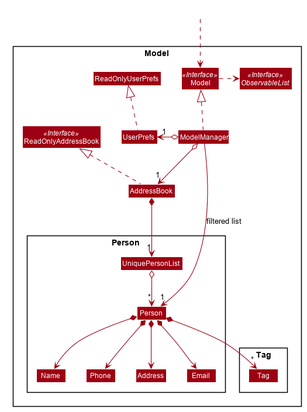
Earlier version of the PlantUML export docs/images/ModelClassDiagram.png (nus-cs2103-AY1920S1/addressbook-level3).
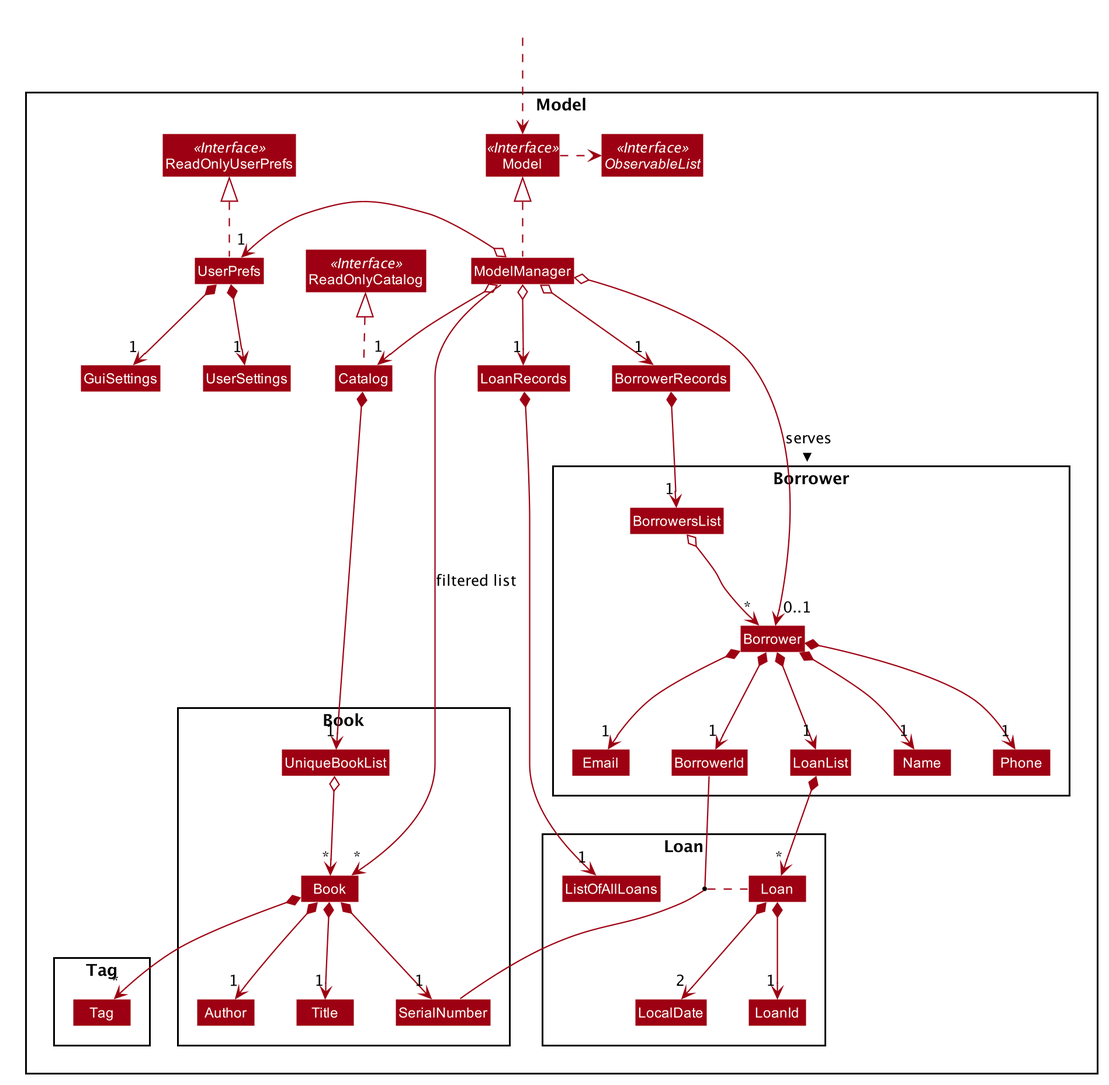
The same diagram one commit later.

Commit message:
Complete model uml

Change to the diagram source:
```diff
@@ -52,23 +52,47 @@
 skinparam classBackgroundColor #9D0012
 
 Package Model <<Rectangle>>{
-Interface ReadOnlyAddressBook <<Interface>>
+Interface ReadOnlyCatalog <<Interface>>
 Interface Model <<Interface>>
 Interface ObservableList <<Interface>>
-Class AddressBook
-Class ReadOnlyAddressBook
+Interface ReadOnlyUserPrefs <<Interface>>
+Class Catalog
+Class BorrowerRecords
+Class LoanRecords
+Class ReadOnlyCatalog
 Class Model
 Class ModelManager
 Class UserPrefs
 Class ReadOnlyUserPrefs
+Class GuiSettings
+Class UserSettings
 
-Package Person {
-Class Person
-Class Address
-Class Email
+Package Book {
+Class Book
+Class Title
+Class Author
+Class SerialNumber
+Class Loan
+Class UniqueBookList
+}
+
+Package Borrower {
+Class BorrowersList
+Class Borrower
 Class Name
 Class Phone
-Class UniquePersonList
+Class Email
+Class BorrowerId
+Class LoanList
+}
+
+Package Loan {
+Class Loan
+Class ListOfAllLoans
+Class LoanId
+BorrowerId -- SerialNumber
+(BorrowerId, SerialNumber) .. Loan
+Class LocalDate
 }
 
 Package Tag {
@@ -79,25 +103,45 @@
 Class HiddenOutside #FFFFFF
 HiddenOutside ..> Model
 
-AddressBook .up.|> ReadOnlyAddressBook
+Catalog .up.|> ReadOnlyCatalog
+
+UserPrefs *--> "1" GuiSettings
+UserPrefs *--> "1" UserSettings
 
 ModelManager .up.|> Model
 Model .right.> ObservableList
-ModelManager o--> "1" AddressBook
+ModelManager o--> "1" Catalog
+ModelManager o--> "1" LoanRecords
+ModelManager o--> "1" BorrowerRecords
+ModelManager o--> "0..1" Borrower : serves >
 ModelManager o-left-> "1" UserPrefs
 UserPrefs .up.|> ReadOnlyUserPrefs
 
-AddressBook *--> "1" UniquePersonList
-UniquePersonList o--> "*" Person
-Person *--> Name
-Person *--> Phone
-Person *--> Email
-Person *--> Address
-Person *--> "*" Tag
+Catalog *--> "1" UniqueBookList
+UniqueBookList o--> "*" Book
+Book *--> "*" Tag
+Book *--> "1" Title
+Book *--> "1" Author
+Book *--> "1" SerialNumber
 
-Name -[hidden]right-> Phone
-Phone -[hidden]right-> Address
-Address -[hidden]right-> Email
+BorrowerRecords *--> "1" BorrowersList
+BorrowersList o--> "*" Borrower
+Borrower *--> "1" Name
+Borrower *--> "1" Phone
+Borrower *--> "1" Email
+Borrower *--> "1" BorrowerId
+Borrower *--> "1" LoanList
 
-ModelManager -->"1" Person : filtered list
+LoanList *--> "*" Loan
+LoanRecords *--> "1" ListOfAllLoans
+Loan *--> "1" LoanId
+Loan *--> "2" LocalDate
+
+
+Catalog -[hidden]> LoanRecords
+LoanRecords -[hidden]> BorrowerRecords
+LoanList -[hidden]right> Name
+
+
+ModelManager -->"*" Book : filtered list
 @enduml
```
